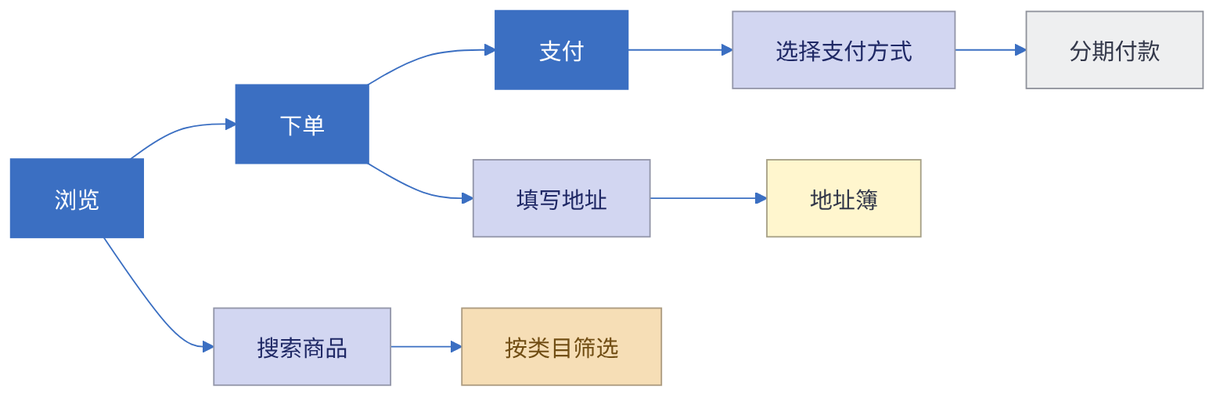
The Mermaid diagram docs/assets/story_map.png in huang-hee/diagram-kit, before a commit. Its source is kept beside it as docs/assets/story_map.mmd.
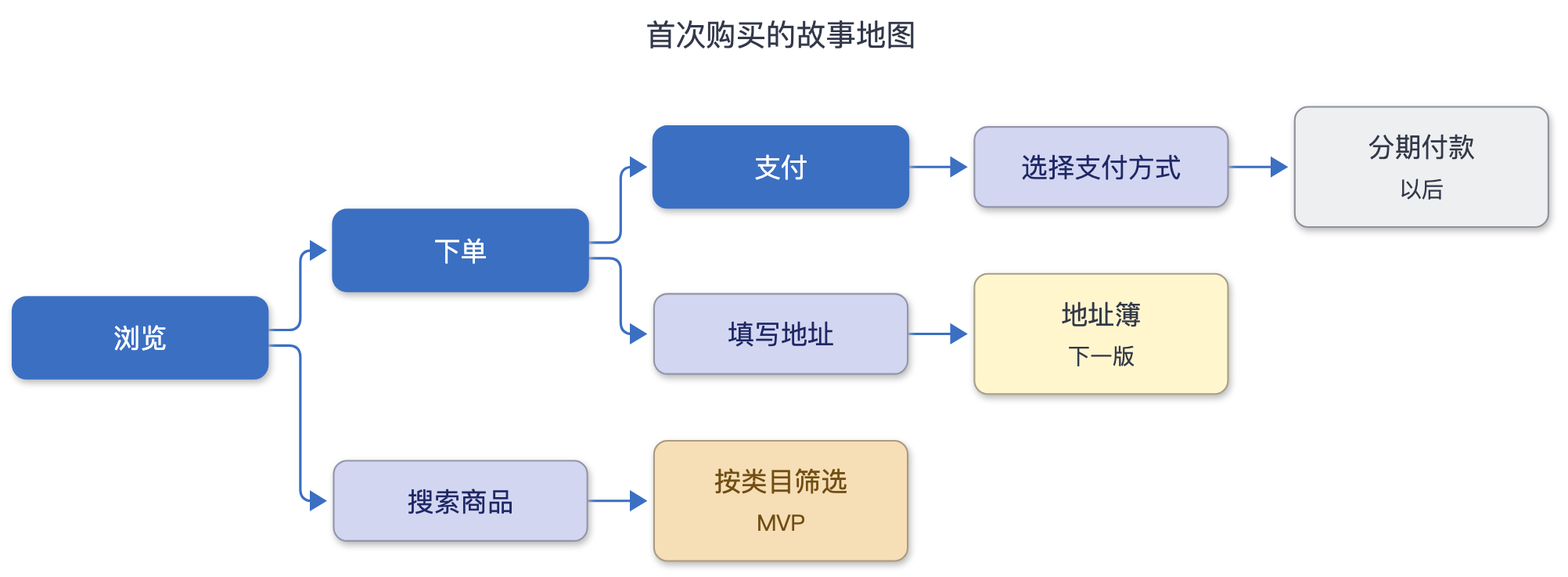
Above is the later version.

Change to the diagram source:
```diff
@@ -1,7 +1,14 @@
 ---
+title: "首次购买的故事地图"
 config:
   theme: base
   fontFamily: "PingFang SC, Microsoft YaHei, Noto Sans CJK SC, Source Han Sans SC, sans-serif"
+  flowchart:
+    curve: "step"
+    nodeSpacing: 50
+    rankSpacing: 60
+    padding: 12
+    wrappingWidth: 300
   themeVariables:
     background: "#FFFFFF"
     primaryColor: "#FFFFFF"
@@ -22,11 +29,12 @@
 ---
 flowchart LR
   A1[浏览]:::activity --> A2[下单]:::activity --> A3[支付]:::activity
-  A1 --> T1[搜索商品]:::task --> S1[按类目筛选]:::mvp
-  A2 --> T2[填写地址]:::task --> S2[地址簿]:::story
-  A3 --> T3[选择支付方式]:::task --> S3[分期付款]:::later
-classDef activity fill:#3B6FC2,stroke:#3B6FC2,color:#FFFFFF,stroke-width:2px
-classDef task fill:#D2D6F1,stroke:#9396A9,color:#1F2865
-classDef story fill:#FFF6CE,stroke:#A6A086,color:#33384A
-classDef mvp fill:#F6DEB6,stroke:#AC9B7F,color:#714E14
-classDef later fill:#EEEFF0,stroke:#8F929B,color:#33384A
+  A1 --> T1[搜索商品]:::task --> S1["按类目筛选<br><small>MVP</small>"]:::mvp
+  A2 --> T2[填写地址]:::task --> S2["地址簿<br><small>下一版</small>"]:::story
+  A3 --> T3[选择支付方式]:::task --> S3["分期付款<br><small>以后</small>"]:::later
+classDef activity fill:#3B6FC2,stroke:#3B6FC2,color:#FFFFFF,stroke-width:2px,rx:8,ry:8
+classDef task fill:#D2D6F1,stroke:#9396A9,color:#1F2865,rx:8,ry:8
+classDef story fill:#FFF6CE,stroke:#A6A086,color:#33384A,rx:8,ry:8
+classDef mvp fill:#F6DEB6,stroke:#AC9B7F,color:#714E14,rx:8,ry:8
+classDef later fill:#EEEFF0,stroke:#8F929B,color:#33384A,rx:8,ry:8
+linkStyle default stroke-width:1.5px
```
